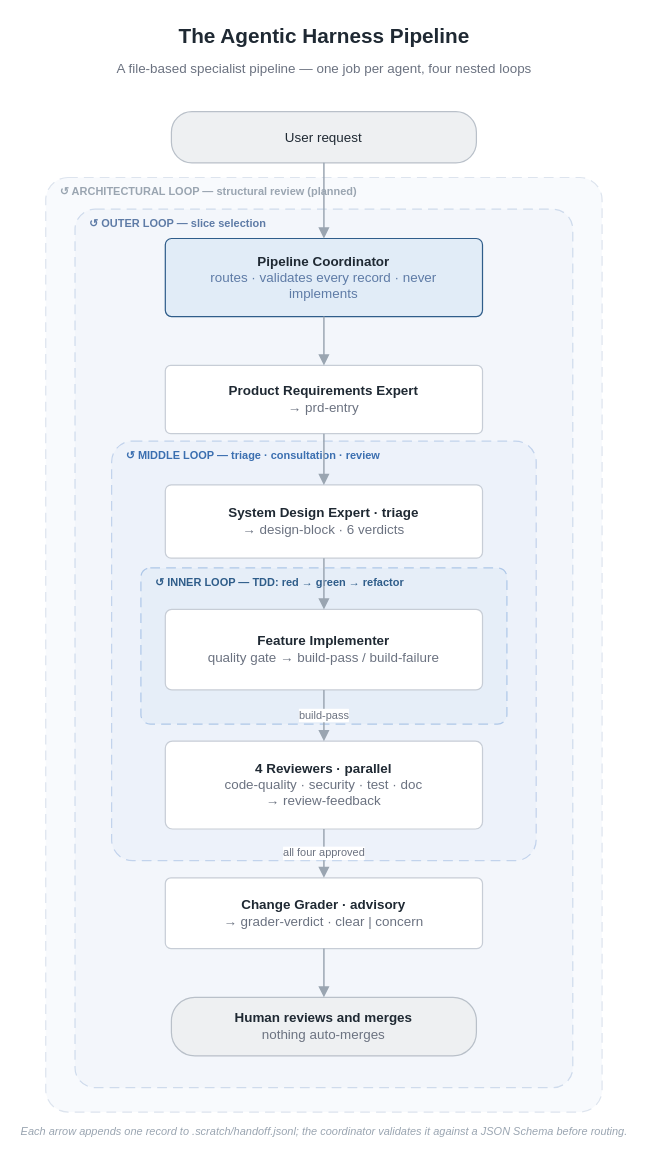
The draw.io diagram docs/images/pipeline-flow.drawio in woditschka/agentic-coding-reference, before the edit. Source tidied: cells renumbered, new cells numbered last; positions are measured from the earlier drawing's top-left corner, leaving out a move shared by most shapes. Both pictures are drawn from the tidied source at 122%, with x=0, y=0 at pixel (45, 21).
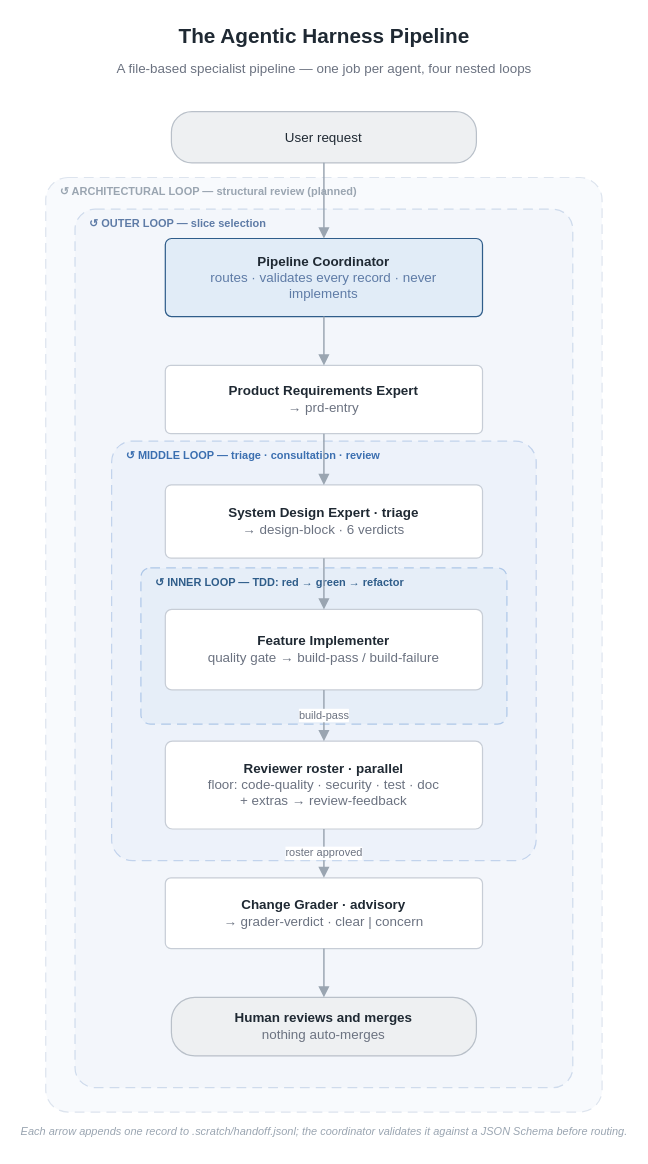
The same diagram, later.

The change refers to these unchanged cells:
```xml
<mxCell id="16" value="&lt;b&gt;Change Grader · advisory&lt;/b&gt;&lt;br&gt;&lt;font color=&quot;#6B7280&quot;&gt;→ grader-verdict · clear | concern&lt;/font&gt;" style="rounded=1;arcSize=8;whiteSpace=wrap;html=1;fillColor=#FFFFFF;strokeColor=#C7CDD6;fontSize=11;fontColor=#1F2933;verticalAlign=middle;spacingLeft=8;spacingRight=8;" parent="1" vertex="1">
  <mxGeometry x="98" y="702" width="260" height="58" as="geometry" />
</mxCell>
```

What changed in the source:
```diff
@@
-    <mxCell id="15" value="&lt;b&gt;4 Reviewers · parallel&lt;/b&gt;&lt;br&gt;&lt;font color=&quot;#6B7280&quot;&gt;code-quality · security · test · doc&amp;#10;→ review-feedback&lt;/font&gt;" style="rounded=1;arcSize=8;whiteSpace=wrap;html=1;fillColor=#FFFFFF;strokeColor=#C7CDD6;fontSize=11;fontColor=#1F2933;verticalAlign=middle;spacingLeft=8;spacingRight=8;" parent="1" vertex="1">
+    <mxCell id="15" value="&lt;b&gt;Reviewer roster · parallel&lt;/b&gt;&lt;br&gt;&lt;font color=&quot;#6B7280&quot;&gt;floor: code-quality · security · test · doc&amp;#10;+ extras → review-feedback&lt;/font&gt;" style="rounded=1;arcSize=8;whiteSpace=wrap;html=1;fillColor=#FFFFFF;strokeColor=#C7CDD6;fontSize=11;fontColor=#1F2933;verticalAlign=middle;spacingLeft=8;spacingRight=8;" parent="1" vertex="1">
       <mxGeometry x="98" y="590" width="260" height="72" as="geometry" />
     </mxCell>
@@
-    <mxCell id="23" value="all four approved" style="edgeStyle=orthogonalEdgeStyle;rounded=0;html=1;endArrow=block;endSize=6;strokeColor=#9AA5B1;strokeWidth=1.2;fontSize=9;fontColor=#6B7280;labelBackgroundColor=#FFFFFF;" parent="1" edge="1" source="15" target="16">
+    <mxCell id="23" value="roster approved" style="edgeStyle=orthogonalEdgeStyle;rounded=0;html=1;endArrow=block;endSize=6;strokeColor=#9AA5B1;strokeWidth=1.2;fontSize=9;fontColor=#6B7280;labelBackgroundColor=#FFFFFF;" parent="1" edge="1" source="15" target="16">
       <mxGeometry relative="1" as="geometry" />
     </mxCell>
```
